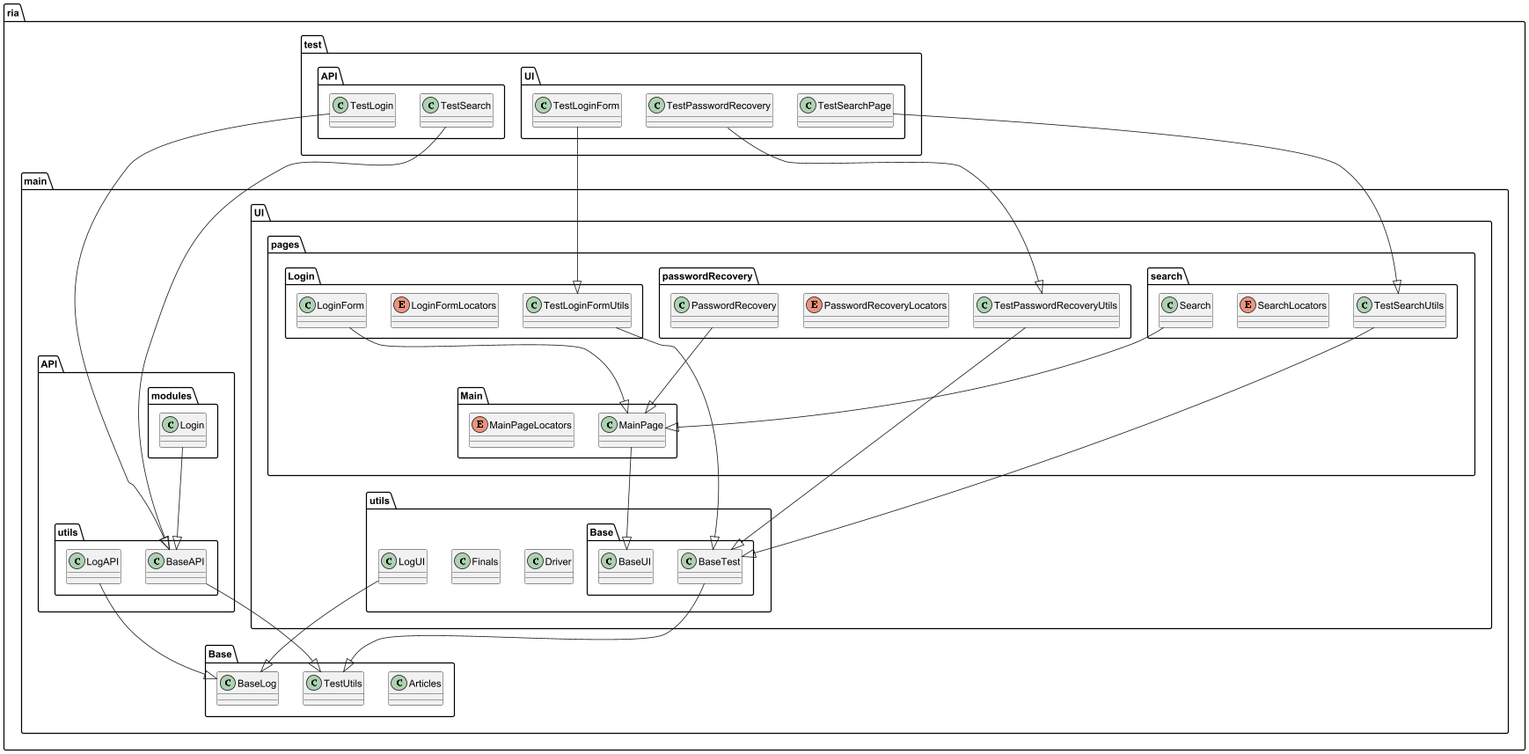
ChaoticHamka/FinalProject25 keeps this PlantUML diagram as docs/class_diagram_mini.png. Above is the earlier version.
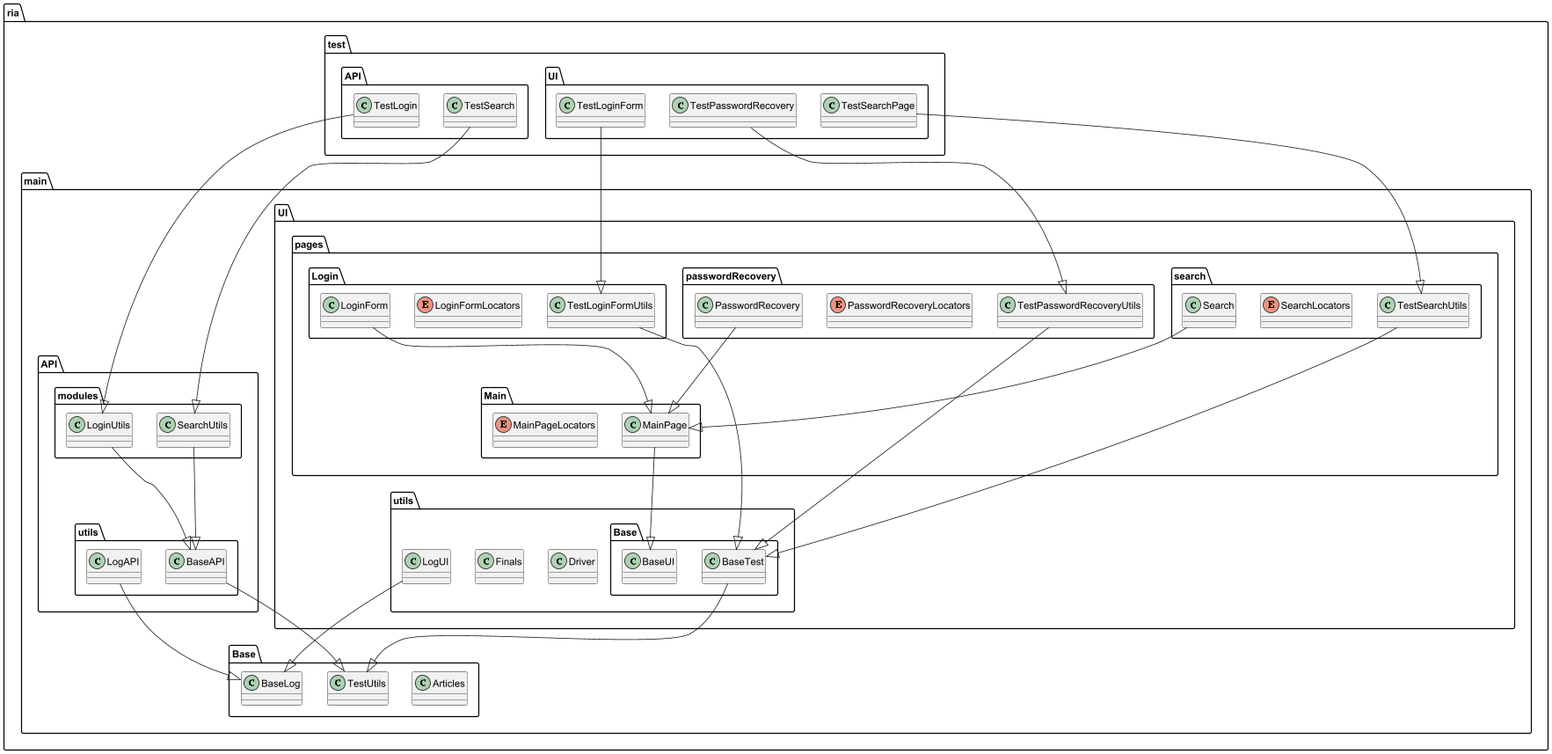
Later version of the same file.

Commit message:
refactor class_diagram_mini после внесения изменений в классы

Change to the diagram source:
```diff
@@ -2,7 +2,10 @@
 
 package "ria.main.API.modules" {
 
-    class Login {
+    class LoginUtils {
+}
+
+    class SearchUtils {
 }
 
 package "ria.main.API.utils" {
@@ -136,7 +139,8 @@
         }
 }
 
-Login --|> BaseAPI
+LoginUtils --|> BaseAPI
+SearchUtils --|> BaseAPI
 BaseAPI --|> TestUtils
 LogAPI --|> BaseLog
 LoginForm --|> MainPage
@@ -148,8 +152,8 @@
 TestSearchUtils --|> BaseTest
 BaseTest --|> TestUtils
 LogUI --|> BaseLog
-TestLogin --|> BaseAPI
-TestSearch --|> BaseAPI
+TestLogin --|> LoginUtils
+TestSearch --|> SearchUtils
 TestLoginForm --|> TestLoginFormUtils
 TestPasswordRecovery --|> TestPasswordRecoveryUtils
 TestSearchPage --|> TestSearchUtils
```
